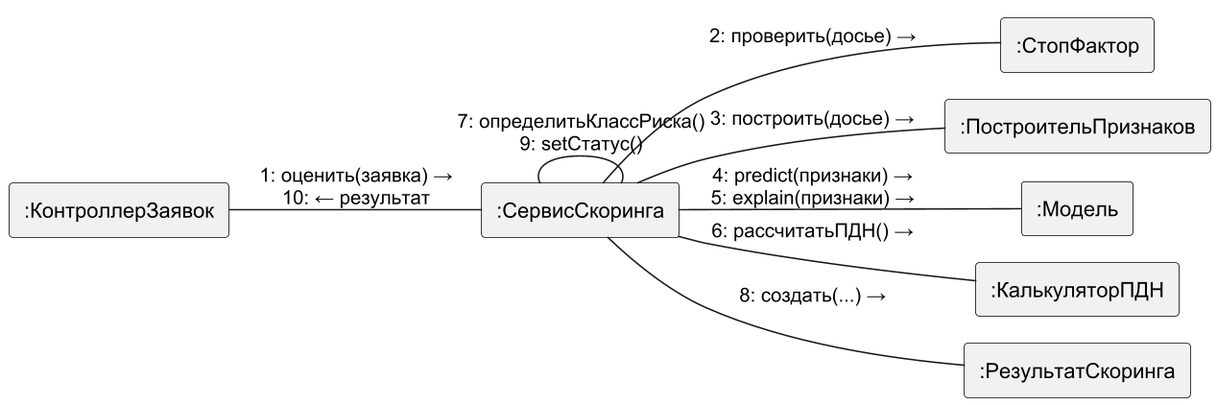
The PlantUML diagram diagrams/uml_collab.png in DarkSwordman999/credit-scoring-dss, before a commit. The source it was exported from:
```plantuml
@startuml
!pragma layout smetana
skinparam dpi 150
skinparam defaultFontName Arial
skinparam shadowing false
skinparam monochrome true
left to right direction
skinparam rectangle {
 BorderColor black
}
rectangle ":КонтроллерЗаявок" as C
rectangle ":СервисСкоринга" as S
rectangle ":СтопФактор" as SF
rectangle ":ПостроительПризнаков" as FB
rectangle ":Модель" as M
rectangle ":КалькуляторПДН" as P
rectangle ":РезультатСкоринга" as R
C -- S : "1: оценить(заявка) →\n10: ← результат"
S -- SF : "2: проверить(досье) →"
S -- FB : "3: построить(досье) →"
S -- M : "4: predict(признаки) →\n5: explain(признаки) →"
S -- P : "6: рассчитатьПДН() →"
S -- R : "8: создать(...) →"
S -- S : "7: определитьКлассРиска()\n9: setСтатус()"
@enduml
```
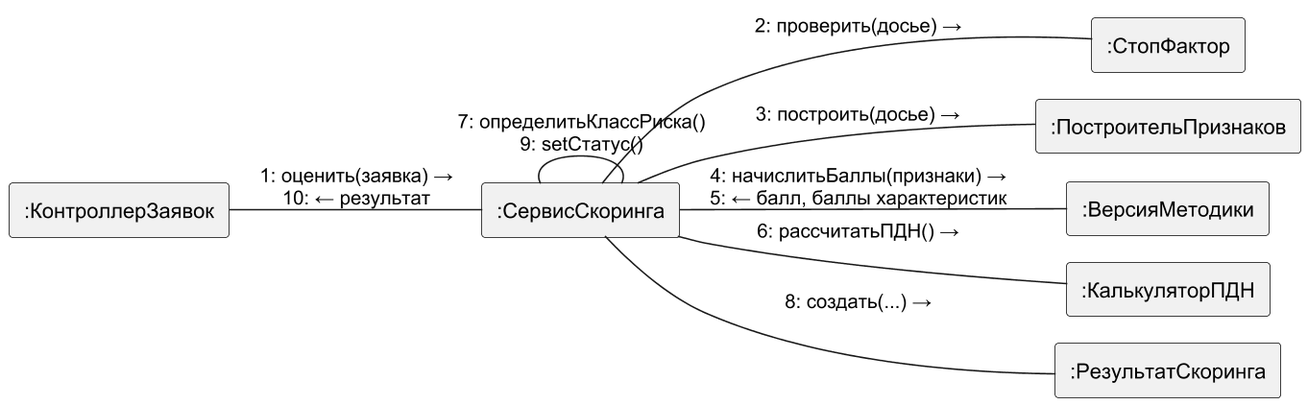
Later version of the same file.

Change to the diagram source:
```diff
@@ -12,13 +12,13 @@
 rectangle ":СервисСкоринга" as S
 rectangle ":СтопФактор" as SF
 rectangle ":ПостроительПризнаков" as FB
-rectangle ":Модель" as M
+rectangle ":ВерсияМетодики" as M
 rectangle ":КалькуляторПДН" as P
 rectangle ":РезультатСкоринга" as R
 C -- S : "1: оценить(заявка) →\n10: ← результат"
 S -- SF : "2: проверить(досье) →"
 S -- FB : "3: построить(досье) →"
-S -- M : "4: predict(признаки) →\n5: explain(признаки) →"
+S -- M : "4: начислитьБаллы(признаки) →\n5: ← балл, баллы характеристик"
 S -- P : "6: рассчитатьПДН() →"
 S -- R : "8: создать(...) →"
 S -- S : "7: определитьКлассРиска()\n9: setСтатус()"
```
